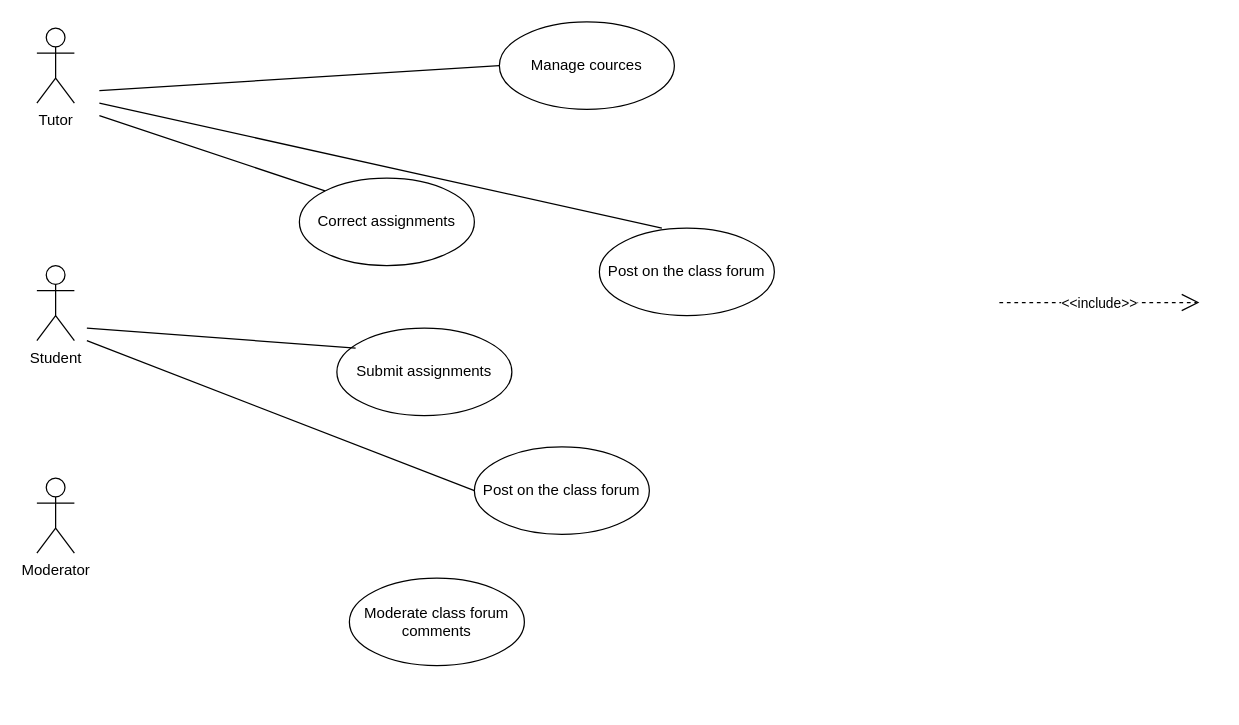
marymakayeva/Practise_project keeps this draw.io diagram as Use case.drawio. Above is the earlier version. Source tidied: cells renumbered, new cells numbered last; positions are measured from the earlier drawing's top-left corner, leaving out a move shared by most shapes. Both pictures are drawn from the tidied source at 125%, with x=0, y=0 at pixel (36, 21).
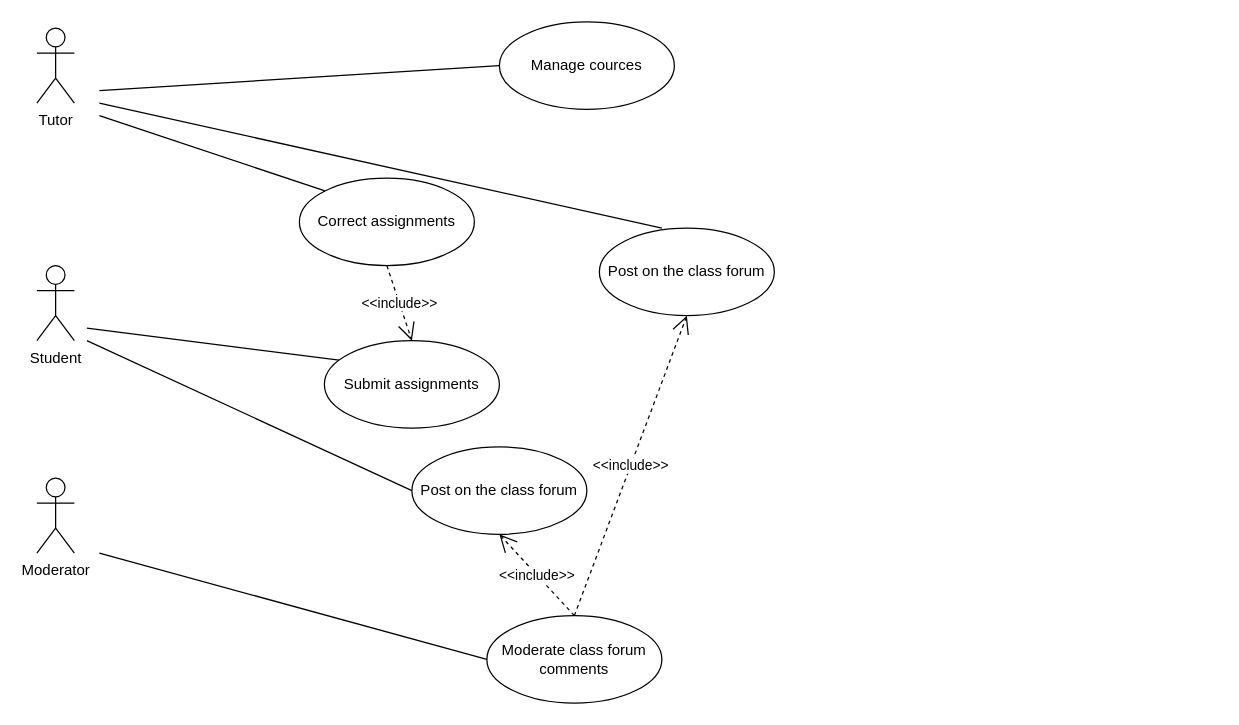
Above is the later version.

The change refers to these unchanged cells:
```xml
<mxCell id="8" value="Post on the class forum" style="ellipse;whiteSpace=wrap;html=1;" parent="1" vertex="1">
  <mxGeometry x="450" y="165" width="140" height="70" as="geometry" />
</mxCell>
<mxCell id="9" value="Correct assignments" style="ellipse;whiteSpace=wrap;html=1;" parent="1" vertex="1">
  <mxGeometry x="210" y="125" width="140" height="70" as="geometry" />
</mxCell>
```

The edit, as a diff of the source:
```diff
@@
     <mxCell id="5" value="Moderate class forum comments" style="ellipse;whiteSpace=wrap;html=1;" parent="1" vertex="1">
-      <mxGeometry x="250" y="445" width="140" height="70" as="geometry" />
+      <mxGeometry x="360" y="475" width="140" height="70" as="geometry" />
     </mxCell>
     <mxCell id="6" value="Post on the class forum" style="ellipse;whiteSpace=wrap;html=1;" parent="1" vertex="1">
-      <mxGeometry x="350" y="340" width="140" height="70" as="geometry" />
+      <mxGeometry x="300" y="340" width="140" height="70" as="geometry" />
     </mxCell>
-    <mxCell id="7" value="Submit assignments" style="ellipse;whiteSpace=wrap;html=1;" parent="1" vertex="1">
-      <mxGeometry x="240" y="245" width="140" height="70" as="geometry" />
-    </mxCell>
@@
-    <mxCell id="11" value="&amp;lt;&amp;lt;include&amp;gt;&amp;gt;" style="endArrow=open;endSize=12;dashed=1;html=1;rounded=0;" parent="1" edge="1">
-      <mxGeometry relative="1" as="geometry">
-        <mxPoint x="770" y="224.5" as="sourcePoint" />
-        <mxPoint x="930" y="224.5" as="targetPoint" />
-      </mxGeometry>
+    <mxCell id="11" value="&amp;lt;&amp;lt;include&amp;gt;&amp;gt;" style="endArrow=open;endSize=12;dashed=1;html=1;rounded=0;exitX=0.5;exitY=1;exitDx=0;exitDy=0;entryX=0.5;entryY=0;entryDx=0;entryDy=0;" parent="1" edge="1" source="9" target="7">
+      <mxGeometry relative="1" as="geometry" />
     </mxCell>
@@
+    <mxCell id="17" style="endArrow=none;html=1;rounded=0;entryX=0;entryY=0.5;entryDx=0;entryDy=0;" parent="1" edge="1" target="5">
+      <mxGeometry relative="1" as="geometry">
+        <mxPoint x="50" y="425" as="sourcePoint" />
+      </mxGeometry>
+    </mxCell>
+    <mxCell id="18" value="&amp;lt;&amp;lt;include&amp;gt;&amp;gt;" style="endArrow=open;endSize=12;dashed=1;html=1;rounded=0;entryX=0.5;entryY=1;entryDx=0;entryDy=0;exitX=0.5;exitY=0;exitDx=0;exitDy=0;" parent="1" edge="1" source="5" target="6">
+      <mxGeometry relative="1" as="geometry" />
+    </mxCell>
+    <mxCell id="19" value="&amp;lt;&amp;lt;include&amp;gt;&amp;gt;" style="endArrow=open;endSize=12;dashed=1;html=1;rounded=0;exitX=0.5;exitY=0;exitDx=0;exitDy=0;entryX=0.5;entryY=1;entryDx=0;entryDy=0;" parent="1" edge="1" source="5" target="8">
+      <mxGeometry relative="1" as="geometry" />
+    </mxCell>
+    <mxCell id="7" value="Submit assignments" style="ellipse;whiteSpace=wrap;html=1;" parent="1" vertex="1">
+      <mxGeometry x="230" y="255" width="140" height="70" as="geometry" />
+    </mxCell>
```
